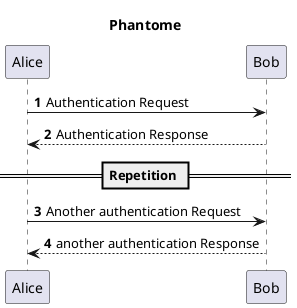
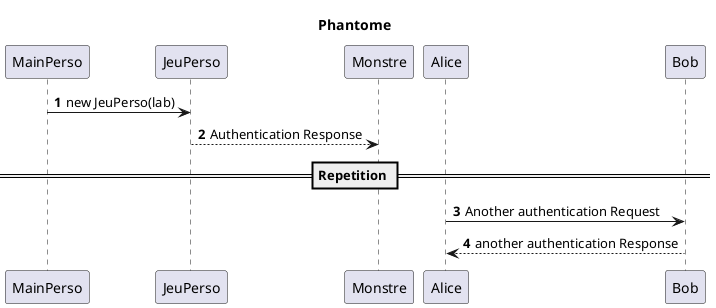
@startuml
'https://plantuml.com/sequence-diagram

autonumber

title: Phantome

- Alice -> Bob: Authentication Request
- Bob --> Alice: Authentication Response
+ MainPerso -> JeuPerso: new JeuPerso(lab)
+ JeuPerso --> Monstre: Authentication Response

== Repetition ==

Alice -> Bob: Another authentication Request
Alice <-- Bob: another authentication Response
@enduml